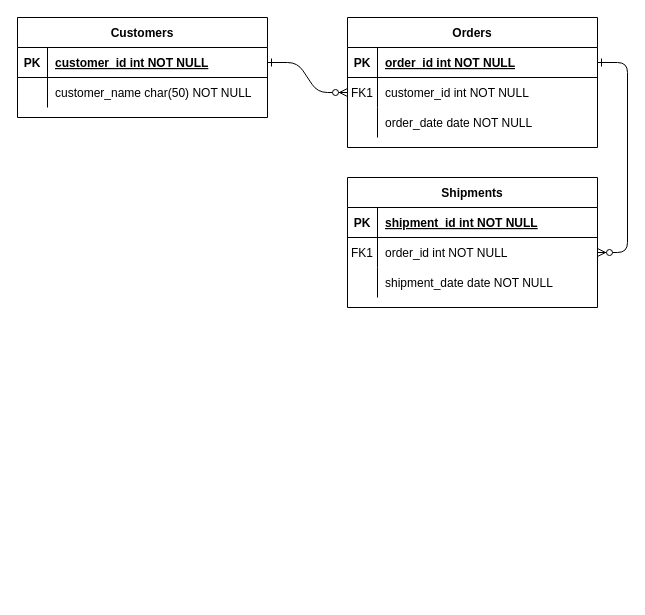
Before: page "Page-1" (1 of 2) of Untitled Diagram.drawio in creativeapurba/user-backend, a draw.io diagram. Source tidied: cells renumbered, new cells numbered last; positions are measured from the earlier drawing's top-left corner, leaving out a move shared by most shapes. Both pictures are drawn from the tidied source at 100%, with x=0, y=0 at pixel (17, 17).
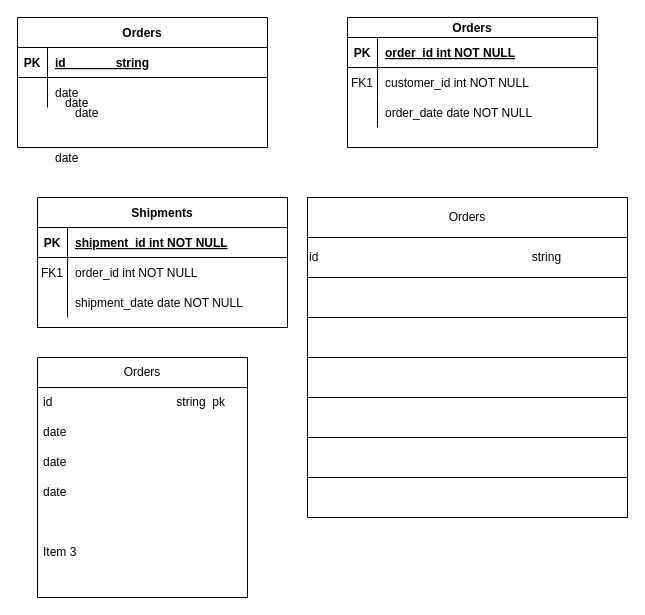
The same page after the edit.

Unchanged cells that the change refers to:
```xml
<mxCell id="18" style="shape=partialRectangle;fillColor=none;points=[[0,0.5],[1,0.5]];portConstraint=eastwest;top=0;left=0;right=0;bottom=0;" parent="14" vertex="1">
  <mxGeometry y="60" width="250" height="30" as="geometry" />
</mxCell>
<mxCell id="25" style="shape=partialRectangle;fillColor=none;points=[[0,0.5],[1,0.5]];portConstraint=eastwest;top=0;left=0;right=0;bottom=1;" parent="24" vertex="1">
  <mxGeometry y="30" width="250" height="30" as="geometry" />
</mxCell>
<mxCell id="28" style="shape=partialRectangle;fillColor=none;top=0;left=0;right=0;bottom=0;" parent="24" vertex="1">
  <mxGeometry y="60" width="250" height="30" as="geometry" />
</mxCell>
```

Diff of the diagram source:
```diff
@@
-    <mxCell id="2" style="edgeStyle=entityRelationEdgeStyle;endArrow=ERzeroToMany;startArrow=ERone;endFill=1;startFill=0;" parent="1" edge="1" source="25" target="8">
-      <mxGeometry relative="1" as="geometry" />
-    </mxCell>
-    <mxCell id="3" style="edgeStyle=entityRelationEdgeStyle;endArrow=ERzeroToMany;startArrow=ERone;endFill=1;startFill=0;" parent="1" edge="1" source="5" target="18">
-      <mxGeometry relative="1" as="geometry" />
-    </mxCell>
-    <mxCell id="4" value="Orders" style="shape=table;startSize=30;childLayout=tableLayout;rowLines=0;fontStyle=1;align=center;" parent="1" vertex="1">
+    <mxCell id="4" value="Orders" style="shape=table;startSize=20;childLayout=tableLayout;rowLines=0;fontStyle=1;align=center;" parent="1" vertex="1">
       <mxGeometry x="330" width="250" height="130" as="geometry" />
     </mxCell>
     <mxCell id="5" style="shape=partialRectangle;fillColor=none;points=[[0,0.5],[1,0.5]];portConstraint=eastwest;top=0;left=0;right=0;bottom=1;" parent="4" vertex="1">
-      <mxGeometry y="30" width="250" height="30" as="geometry" />
+      <mxGeometry y="20" width="250" height="30" as="geometry" />
     </mxCell>
@@
     <mxCell id="8" style="shape=partialRectangle;fillColor=none;points=[[0,0.5],[1,0.5]];portConstraint=eastwest;top=0;left=0;right=0;bottom=0;" parent="4" vertex="1">
-      <mxGeometry y="60" width="250" height="30" as="geometry" />
+      <mxGeometry y="50" width="250" height="30" as="geometry" />
     </mxCell>
@@
     <mxCell id="11" style="shape=partialRectangle;fillColor=none;top=0;left=0;right=0;bottom=0;" parent="4" vertex="1">
-      <mxGeometry y="90" width="250" height="30" as="geometry" />
+      <mxGeometry y="80" width="250" height="30" as="geometry" />
     </mxCell>
@@
     <mxCell id="14" value="Shipments" style="shape=table;startSize=30;childLayout=tableLayout;rowLines=0;fontStyle=1;align=center;" parent="1" vertex="1">
-      <mxGeometry x="330" y="160" width="250" height="130" as="geometry" />
+      <mxGeometry x="20" y="180" width="250" height="130" as="geometry" />
     </mxCell>
@@
-    <mxCell id="24" value="Customers" style="shape=table;startSize=30;childLayout=tableLayout;rowLines=0;fontStyle=1;align=center;" parent="1" vertex="1">
-      <mxGeometry width="250" height="100" as="geometry" />
+    <mxCell id="24" value="Orders" style="shape=table;startSize=30;childLayout=tableLayout;rowLines=0;fontStyle=1;align=center;" parent="1" vertex="1">
+      <mxGeometry width="250" height="130" as="geometry" />
     </mxCell>
@@
-    <mxCell id="27" value="customer_id int NOT NULL " style="shape=partialRectangle;overflow=hidden;fillColor=none;top=0;left=0;bottom=0;right=0;align=left;spacingLeft=6;fontStyle=5;" parent="25" vertex="1">
+    <mxCell id="27" value="id               string" style="shape=partialRectangle;overflow=hidden;fillColor=none;top=0;left=0;bottom=0;right=0;align=left;spacingLeft=6;fontStyle=5;" parent="25" vertex="1">
       <mxGeometry x="30" width="220" height="30" as="geometry" />
     </mxCell>
@@
-    <mxCell id="30" value="customer_name char(50) NOT NULL" style="shape=partialRectangle;overflow=hidden;fillColor=none;top=0;left=0;bottom=0;right=0;align=left;spacingLeft=6;" parent="28" vertex="1">
+    <mxCell id="30" value="date" style="shape=partialRectangle;overflow=hidden;fillColor=none;top=0;left=0;bottom=0;right=0;align=left;spacingLeft=6;" parent="28" vertex="1">
       <mxGeometry x="30" width="220" height="30" as="geometry" />
     </mxCell>
+    <mxCell id="31" value="date" style="shape=partialRectangle;overflow=hidden;fillColor=none;top=0;left=0;bottom=0;right=0;align=left;spacingLeft=6;" parent="1" vertex="1">
+      <mxGeometry x="40" y="70" width="220" height="30" as="geometry" />
+    </mxCell>
+    <mxCell id="32" value="date" style="shape=partialRectangle;overflow=hidden;fillColor=none;top=0;left=0;bottom=0;right=0;align=left;spacingLeft=6;" parent="1" vertex="1">
+      <mxGeometry x="50" y="80" width="220" height="30" as="geometry" />
+    </mxCell>
+    <mxCell id="33" value="date" style="shape=partialRectangle;overflow=hidden;fillColor=none;top=0;left=0;bottom=0;right=0;align=left;spacingLeft=6;" parent="1" vertex="1">
+      <mxGeometry x="30" y="100" width="220" height="80" as="geometry" />
+    </mxCell>
+    <mxCell id="34" style="shape=table;startSize=0;childLayout=tableLayout;" parent="1" vertex="1">
+      <mxGeometry x="290" y="180" width="320" height="320" as="geometry" />
+    </mxCell>
+    <mxCell id="35" style="shape=tableRow;horizontal=0;startSize=0;swimlaneHead=0;swimlaneBody=0;strokeColor=inherit;top=0;left=0;bottom=0;right=0;fillColor=none;" parent="34" vertex="1">
+      <mxGeometry width="320" height="40" as="geometry" />
+    </mxCell>
+    <mxCell id="36" value="Orders" style="shape=partialRectangle;html=1;whiteSpace=wrap;strokeColor=inherit;overflow=hidden;fillColor=none;top=0;left=0;bottom=0;right=0;" parent="35" vertex="1">
+      <mxGeometry width="320" height="40" as="geometry" />
+    </mxCell>
+    <mxCell id="37" style="shape=tableRow;horizontal=0;startSize=0;swimlaneHead=0;swimlaneBody=0;strokeColor=inherit;top=0;left=0;bottom=0;right=0;fillColor=none;" parent="34" vertex="1">
+      <mxGeometry y="40" width="320" height="40" as="geometry" />
+    </mxCell>
+    <mxCell id="38" value="id&amp;nbsp; &amp;nbsp; &amp;nbsp; &amp;nbsp; &amp;nbsp; &amp;nbsp; &amp;nbsp; &amp;nbsp; &amp;nbsp; &amp;nbsp; &amp;nbsp; &amp;nbsp; &amp;nbsp; &amp;nbsp; &amp;nbsp; &amp;nbsp; &amp;nbsp; &amp;nbsp; &amp;nbsp; &amp;nbsp; &amp;nbsp; &amp;nbsp; &amp;nbsp; &amp;nbsp; &amp;nbsp; &amp;nbsp; &amp;nbsp; &amp;nbsp; &amp;nbsp; &amp;nbsp; &amp;nbsp; &amp;nbsp; string" style="shape=partialRectangle;html=1;whiteSpace=wrap;strokeColor=inherit;overflow=hidden;fillColor=none;top=0;left=0;bottom=0;right=0;align=left;" parent="37" vertex="1">
+      <mxGeometry width="320" height="40" as="geometry" />
+    </mxCell>
+    <mxCell id="39" style="shape=tableRow;horizontal=0;startSize=0;swimlaneHead=0;swimlaneBody=0;strokeColor=inherit;top=0;left=0;bottom=0;right=0;fillColor=none;" parent="34" vertex="1">
+      <mxGeometry y="80" width="320" height="40" as="geometry" />
+    </mxCell>
+    <mxCell id="40" style="shape=partialRectangle;html=1;whiteSpace=wrap;strokeColor=inherit;overflow=hidden;fillColor=none;top=0;left=0;bottom=0;right=0;" parent="39" vertex="1">
+      <mxGeometry width="320" height="40" as="geometry" />
+    </mxCell>
+    <mxCell id="41" style="shape=tableRow;horizontal=0;startSize=0;swimlaneHead=0;swimlaneBody=0;strokeColor=inherit;top=0;left=0;bottom=0;right=0;fillColor=none;" parent="34" vertex="1">
+      <mxGeometry y="120" width="320" height="40" as="geometry" />
+    </mxCell>
+    <mxCell id="42" style="shape=partialRectangle;html=1;whiteSpace=wrap;strokeColor=inherit;overflow=hidden;fillColor=none;top=0;left=0;bottom=0;right=0;" parent="41" vertex="1">
+      <mxGeometry width="320" height="40" as="geometry" />
+    </mxCell>
+    <mxCell id="43" style="shape=tableRow;horizontal=0;startSize=0;swimlaneHead=0;swimlaneBody=0;strokeColor=inherit;top=0;left=0;bottom=0;right=0;fillColor=none;" parent="34" vertex="1">
+      <mxGeometry y="160" width="320" height="40" as="geometry" />
+    </mxCell>
+    <mxCell id="44" style="shape=partialRectangle;html=1;whiteSpace=wrap;strokeColor=inherit;overflow=hidden;fillColor=none;top=0;left=0;bottom=0;right=0;" parent="43" vertex="1">
+      <mxGeometry width="320" height="40" as="geometry" />
+    </mxCell>
+    <mxCell id="45" style="shape=tableRow;horizontal=0;startSize=0;swimlaneHead=0;swimlaneBody=0;strokeColor=inherit;top=0;left=0;bottom=0;right=0;fillColor=none;" parent="34" vertex="1">
+      <mxGeometry y="200" width="320" height="40" as="geometry" />
+    </mxCell>
+    <mxCell id="46" style="shape=partialRectangle;html=1;whiteSpace=wrap;strokeColor=inherit;overflow=hidden;fillColor=none;top=0;left=0;bottom=0;right=0;" parent="45" vertex="1">
+      <mxGeometry width="320" height="40" as="geometry" />
+    </mxCell>
+    <mxCell id="47" style="shape=tableRow;horizontal=0;startSize=0;swimlaneHead=0;swimlaneBody=0;strokeColor=inherit;top=0;left=0;bottom=0;right=0;fillColor=none;" parent="34" vertex="1">
+      <mxGeometry y="240" width="320" height="40" as="geometry" />
+    </mxCell>
+    <mxCell id="48" style="shape=partialRectangle;html=1;whiteSpace=wrap;strokeColor=inherit;overflow=hidden;fillColor=none;top=0;left=0;bottom=0;right=0;" parent="47" vertex="1">
+      <mxGeometry width="320" height="40" as="geometry" />
+    </mxCell>
+    <mxCell id="49" style="shape=tableRow;horizontal=0;startSize=0;swimlaneHead=0;swimlaneBody=0;strokeColor=inherit;top=0;left=0;bottom=0;right=0;fillColor=none;" parent="34" vertex="1">
+      <mxGeometry y="280" width="320" height="40" as="geometry" />
+    </mxCell>
+    <mxCell id="50" style="shape=partialRectangle;html=1;whiteSpace=wrap;strokeColor=inherit;overflow=hidden;fillColor=none;top=0;left=0;bottom=0;right=0;" parent="49" vertex="1">
+      <mxGeometry width="320" height="40" as="geometry" />
+    </mxCell>
+    <mxCell id="51" value="Orders" style="swimlane;fontStyle=0;horizontal=1;startSize=30;whiteSpace=wrap;html=1;" parent="1" vertex="1">
+      <mxGeometry x="20" y="340" width="210" height="240" as="geometry" />
+    </mxCell>
+    <mxCell id="52" value="id&lt;span style=&quot;white-space: pre;&quot;&gt;&#9;&lt;/span&gt;&lt;span style=&quot;white-space: pre;&quot;&gt;&#9;&lt;/span&gt;&lt;span style=&quot;white-space: pre;&quot;&gt;&#9;&lt;/span&gt;&lt;span style=&quot;white-space: pre;&quot;&gt;&#9;&lt;/span&gt;&lt;span style=&quot;white-space: pre;&quot;&gt;&#9;&lt;/span&gt;string&amp;nbsp; pk" style="text;strokeColor=none;fillColor=none;align=left;verticalAlign=middle;spacingLeft=4;spacingRight=4;overflow=hidden;whiteSpace=wrap;html=1;" parent="51" vertex="1">
+      <mxGeometry y="30" width="210" height="30" as="geometry" />
+    </mxCell>
+    <mxCell id="53" value="date" style="text;strokeColor=none;fillColor=none;align=left;verticalAlign=middle;spacingLeft=4;spacingRight=4;overflow=hidden;whiteSpace=wrap;html=1;" parent="51" vertex="1">
+      <mxGeometry y="60" width="210" height="30" as="geometry" />
+    </mxCell>
+    <mxCell id="54" value="date" style="text;strokeColor=none;fillColor=none;align=left;verticalAlign=middle;spacingLeft=4;spacingRight=4;overflow=hidden;whiteSpace=wrap;html=1;" parent="51" vertex="1">
+      <mxGeometry y="90" width="210" height="30" as="geometry" />
+    </mxCell>
+    <mxCell id="55" value="date" style="text;strokeColor=none;fillColor=none;align=left;verticalAlign=middle;spacingLeft=4;spacingRight=4;overflow=hidden;whiteSpace=wrap;html=1;" parent="51" vertex="1">
+      <mxGeometry y="120" width="210" height="30" as="geometry" />
+    </mxCell>
+    <mxCell id="56" value="Item 3" style="text;strokeColor=none;fillColor=none;align=left;verticalAlign=middle;spacingLeft=4;spacingRight=4;overflow=hidden;whiteSpace=wrap;html=1;" parent="51" vertex="1">
+      <mxGeometry y="150" width="210" height="90" as="geometry" />
+    </mxCell>
```
